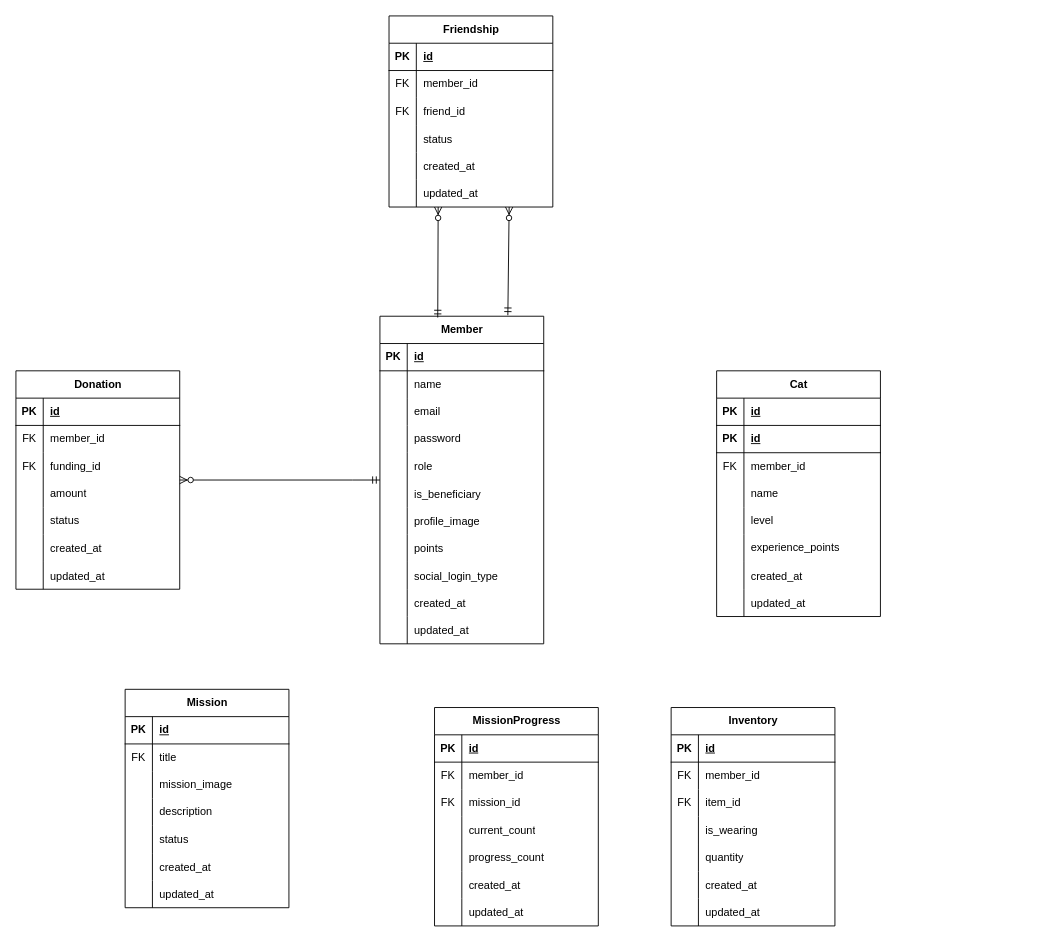
Earlier version of the draw.io diagram ChaeumERD.drawio (2025-Advanced-Capstone-Chaeum/ERD). Source tidied: cells renumbered, new cells numbered last; positions are measured from the earlier drawing's top-left corner, leaving out a move shared by most shapes. Both pictures are drawn from the tidied source at 91%, with x=0, y=0 at pixel (15, 15).
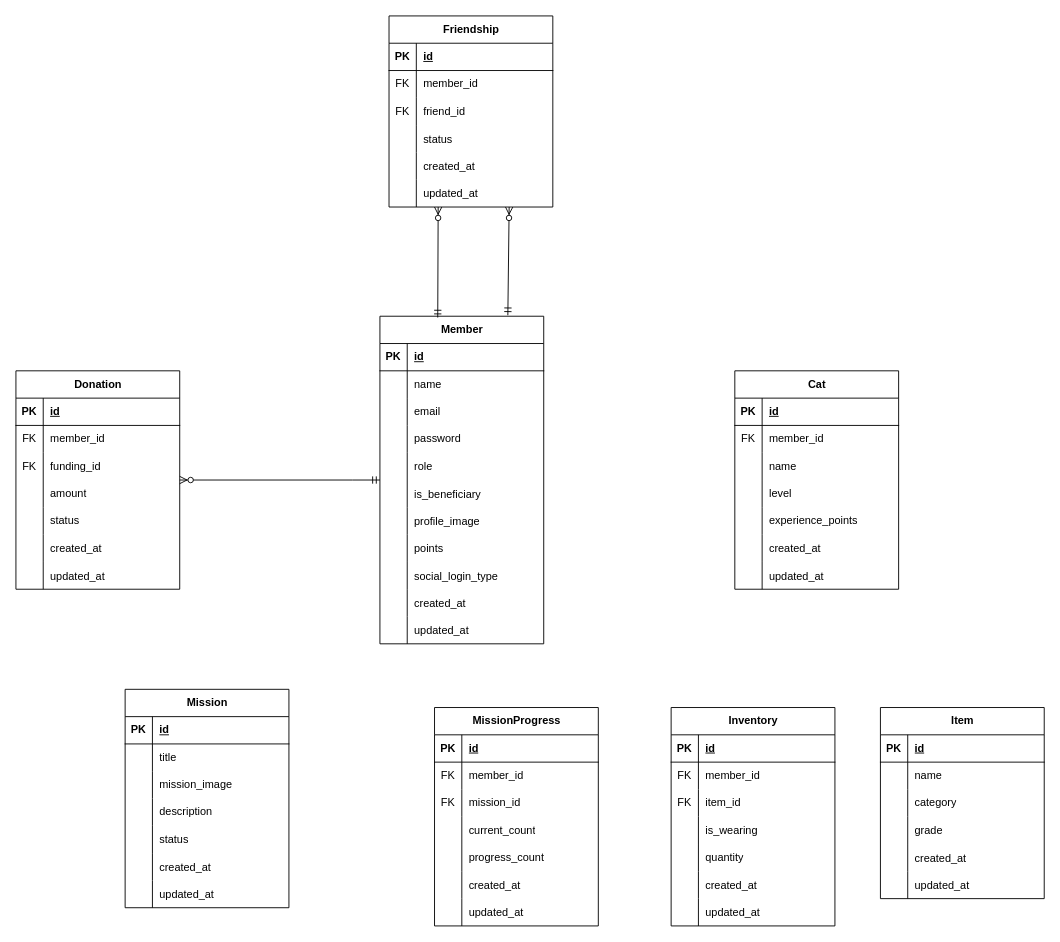
After the change.

Commit message:
docs(ERD): Item 테이블 추가

Unchanged cells that the change refers to:
```xml
<mxCell id="110" style="shape=tableRow;horizontal=0;startSize=0;swimlaneHead=0;swimlaneBody=0;fillColor=none;top=0;left=0;right=0;bottom=0;" parent="106" vertex="1">
  <mxGeometry y="60" width="180" height="30" as="geometry" />
</mxCell>
```

Change to the diagram source:
```diff
@@
     <mxCell id="81" value="Cat" style="shape=table;startSize=30;childLayout=tableLayout;rowLines=0;fontStyle=1;align=center;html=1;" parent="1" vertex="1">
-      <mxGeometry x="770" y="390" width="180" height="270" as="geometry" />
+      <mxGeometry x="790" y="390" width="180" height="240" as="geometry" />
     </mxCell>
@@
-    <mxCell id="85" style="shape=tableRow;horizontal=0;startSize=0;swimlaneHead=0;swimlaneBody=0;fillColor=none;top=0;left=0;right=0;bottom=1;" parent="81" vertex="1">
-      <mxGeometry y="60" width="180" height="30" as="geometry" />
-    </mxCell>
-    <mxCell id="86" value="PK" style="shape=partialRectangle;fillColor=none;top=0;left=0;bottom=0;right=0;fontStyle=1;overflow=hidden;whiteSpace=wrap;html=1;" parent="85" vertex="1">
-      <mxGeometry width="30" height="30" as="geometry" />
-    </mxCell>
-    <mxCell id="87" value="id" style="shape=partialRectangle;fillColor=none;top=0;left=0;bottom=0;right=0;align=left;spacingLeft=6;fontStyle=5;overflow=hidden;whiteSpace=wrap;html=1;" parent="85" vertex="1">
-      <mxGeometry x="30" width="150" height="30" as="geometry" />
-    </mxCell>
     <mxCell id="88" style="shape=tableRow;horizontal=0;startSize=0;swimlaneHead=0;swimlaneBody=0;fillColor=none;top=0;left=0;right=0;bottom=0;" parent="81" vertex="1">
-      <mxGeometry y="90" width="180" height="30" as="geometry" />
+      <mxGeometry y="60" width="180" height="30" as="geometry" />
     </mxCell>
@@
     <mxCell id="91" style="shape=tableRow;horizontal=0;startSize=0;swimlaneHead=0;swimlaneBody=0;fillColor=none;top=0;left=0;right=0;bottom=0;" parent="81" vertex="1">
-      <mxGeometry y="120" width="180" height="30" as="geometry" />
+      <mxGeometry y="90" width="180" height="30" as="geometry" />
     </mxCell>
@@
     <mxCell id="94" style="shape=tableRow;horizontal=0;startSize=0;swimlaneHead=0;swimlaneBody=0;fillColor=none;top=0;left=0;right=0;bottom=0;" parent="81" vertex="1">
-      <mxGeometry y="150" width="180" height="30" as="geometry" />
+      <mxGeometry y="120" width="180" height="30" as="geometry" />
     </mxCell>
@@
     <mxCell id="97" style="shape=tableRow;horizontal=0;startSize=0;swimlaneHead=0;swimlaneBody=0;fillColor=none;top=0;left=0;right=0;bottom=0;" parent="81" vertex="1">
-      <mxGeometry y="180" width="180" height="30" as="geometry" />
+      <mxGeometry y="150" width="180" height="30" as="geometry" />
     </mxCell>
@@
     <mxCell id="100" style="shape=tableRow;horizontal=0;startSize=0;swimlaneHead=0;swimlaneBody=0;fillColor=none;top=0;left=0;right=0;bottom=0;" parent="81" vertex="1">
-      <mxGeometry y="210" width="180" height="30" as="geometry" />
+      <mxGeometry y="180" width="180" height="30" as="geometry" />
     </mxCell>
@@
     <mxCell id="103" style="shape=tableRow;horizontal=0;startSize=0;swimlaneHead=0;swimlaneBody=0;fillColor=none;top=0;left=0;right=0;bottom=0;" parent="81" vertex="1">
-      <mxGeometry y="240" width="180" height="30" as="geometry" />
+      <mxGeometry y="210" width="180" height="30" as="geometry" />
     </mxCell>
@@
-    <mxCell id="111" value="FK" style="shape=partialRectangle;fillColor=none;top=0;left=0;bottom=0;right=0;overflow=hidden;whiteSpace=wrap;html=1;" parent="110" vertex="1">
+    <mxCell id="111" style="shape=partialRectangle;fillColor=none;top=0;left=0;bottom=0;right=0;overflow=hidden;whiteSpace=wrap;html=1;" parent="110" vertex="1">
       <mxGeometry width="30" height="30" as="geometry" />
     </mxCell>
@@
+    <mxCell id="172" value="Item" style="shape=table;startSize=30;childLayout=tableLayout;rowLines=0;fontStyle=1;align=center;html=1;" parent="1" vertex="1">
+      <mxGeometry x="950" y="760" width="180" height="210" as="geometry" />
+    </mxCell>
+    <mxCell id="173" style="shape=tableRow;horizontal=0;startSize=0;swimlaneHead=0;swimlaneBody=0;fillColor=none;top=0;left=0;right=0;bottom=1;" parent="172" vertex="1">
+      <mxGeometry y="30" width="180" height="30" as="geometry" />
+    </mxCell>
+    <mxCell id="86" value="PK" style="shape=partialRectangle;fillColor=none;top=0;left=0;bottom=0;right=0;fontStyle=1;overflow=hidden;whiteSpace=wrap;html=1;" parent="173" vertex="1">
+      <mxGeometry width="30" height="30" as="geometry" />
+    </mxCell>
+    <mxCell id="87" value="id" style="shape=partialRectangle;fillColor=none;top=0;left=0;bottom=0;right=0;align=left;spacingLeft=6;fontStyle=5;overflow=hidden;whiteSpace=wrap;html=1;" parent="173" vertex="1">
+      <mxGeometry x="30" width="150" height="30" as="geometry" />
+    </mxCell>
+    <mxCell id="174" style="shape=tableRow;horizontal=0;startSize=0;swimlaneHead=0;swimlaneBody=0;fillColor=none;top=0;left=0;right=0;bottom=0;" parent="172" vertex="1">
+      <mxGeometry y="60" width="180" height="30" as="geometry" />
+    </mxCell>
+    <mxCell id="175" style="shape=partialRectangle;fillColor=none;top=0;left=0;bottom=0;right=0;overflow=hidden;whiteSpace=wrap;html=1;" parent="174" vertex="1">
+      <mxGeometry width="30" height="30" as="geometry" />
+    </mxCell>
+    <mxCell id="176" value="name" style="shape=partialRectangle;fillColor=none;top=0;left=0;bottom=0;right=0;align=left;spacingLeft=6;overflow=hidden;whiteSpace=wrap;html=1;" parent="174" vertex="1">
+      <mxGeometry x="30" width="150" height="30" as="geometry" />
+    </mxCell>
+    <mxCell id="177" style="shape=tableRow;horizontal=0;startSize=0;swimlaneHead=0;swimlaneBody=0;fillColor=none;top=0;left=0;right=0;bottom=0;" parent="172" vertex="1">
+      <mxGeometry y="90" width="180" height="30" as="geometry" />
+    </mxCell>
+    <mxCell id="178" style="shape=partialRectangle;fillColor=none;top=0;left=0;bottom=0;right=0;overflow=hidden;whiteSpace=wrap;html=1;" parent="177" vertex="1">
+      <mxGeometry width="30" height="30" as="geometry" />
+    </mxCell>
+    <mxCell id="179" value="category" style="shape=partialRectangle;fillColor=none;top=0;left=0;bottom=0;right=0;align=left;spacingLeft=6;overflow=hidden;whiteSpace=wrap;html=1;" parent="177" vertex="1">
+      <mxGeometry x="30" width="150" height="30" as="geometry" />
+    </mxCell>
+    <mxCell id="180" style="shape=tableRow;horizontal=0;startSize=0;swimlaneHead=0;swimlaneBody=0;fillColor=none;top=0;left=0;right=0;bottom=0;" parent="172" vertex="1">
+      <mxGeometry y="120" width="180" height="30" as="geometry" />
+    </mxCell>
+    <mxCell id="181" style="shape=partialRectangle;fillColor=none;top=0;left=0;bottom=0;right=0;overflow=hidden;whiteSpace=wrap;html=1;" parent="180" vertex="1">
+      <mxGeometry width="30" height="30" as="geometry" />
+    </mxCell>
+    <mxCell id="182" value="grade" style="shape=partialRectangle;fillColor=none;top=0;left=0;bottom=0;right=0;align=left;spacingLeft=6;overflow=hidden;whiteSpace=wrap;html=1;" parent="180" vertex="1">
+      <mxGeometry x="30" width="150" height="30" as="geometry" />
+    </mxCell>
+    <mxCell id="183" style="shape=tableRow;horizontal=0;startSize=0;swimlaneHead=0;swimlaneBody=0;fillColor=none;top=0;left=0;right=0;bottom=0;" parent="172" vertex="1">
+      <mxGeometry y="150" width="180" height="30" as="geometry" />
+    </mxCell>
+    <mxCell id="184" style="shape=partialRectangle;fillColor=none;top=0;left=0;bottom=0;right=0;overflow=hidden;" parent="183" vertex="1">
+      <mxGeometry width="30" height="30" as="geometry" />
+    </mxCell>
+    <mxCell id="185" value="created_at" style="shape=partialRectangle;fillColor=none;top=0;left=0;bottom=0;right=0;align=left;spacingLeft=6;overflow=hidden;" parent="183" vertex="1">
+      <mxGeometry x="30" width="150" height="30" as="geometry" />
+    </mxCell>
+    <mxCell id="186" style="shape=tableRow;horizontal=0;startSize=0;swimlaneHead=0;swimlaneBody=0;fillColor=none;top=0;left=0;right=0;bottom=0;" parent="172" vertex="1">
+      <mxGeometry y="180" width="180" height="30" as="geometry" />
+    </mxCell>
+    <mxCell id="187" style="shape=partialRectangle;fillColor=none;top=0;left=0;bottom=0;right=0;overflow=hidden;" parent="186" vertex="1">
+      <mxGeometry width="30" height="30" as="geometry" />
+    </mxCell>
+    <mxCell id="188" value="updated_at" style="shape=partialRectangle;fillColor=none;top=0;left=0;bottom=0;right=0;align=left;spacingLeft=6;overflow=hidden;" parent="186" vertex="1">
+      <mxGeometry x="30" width="150" height="30" as="geometry" />
+    </mxCell>
```
